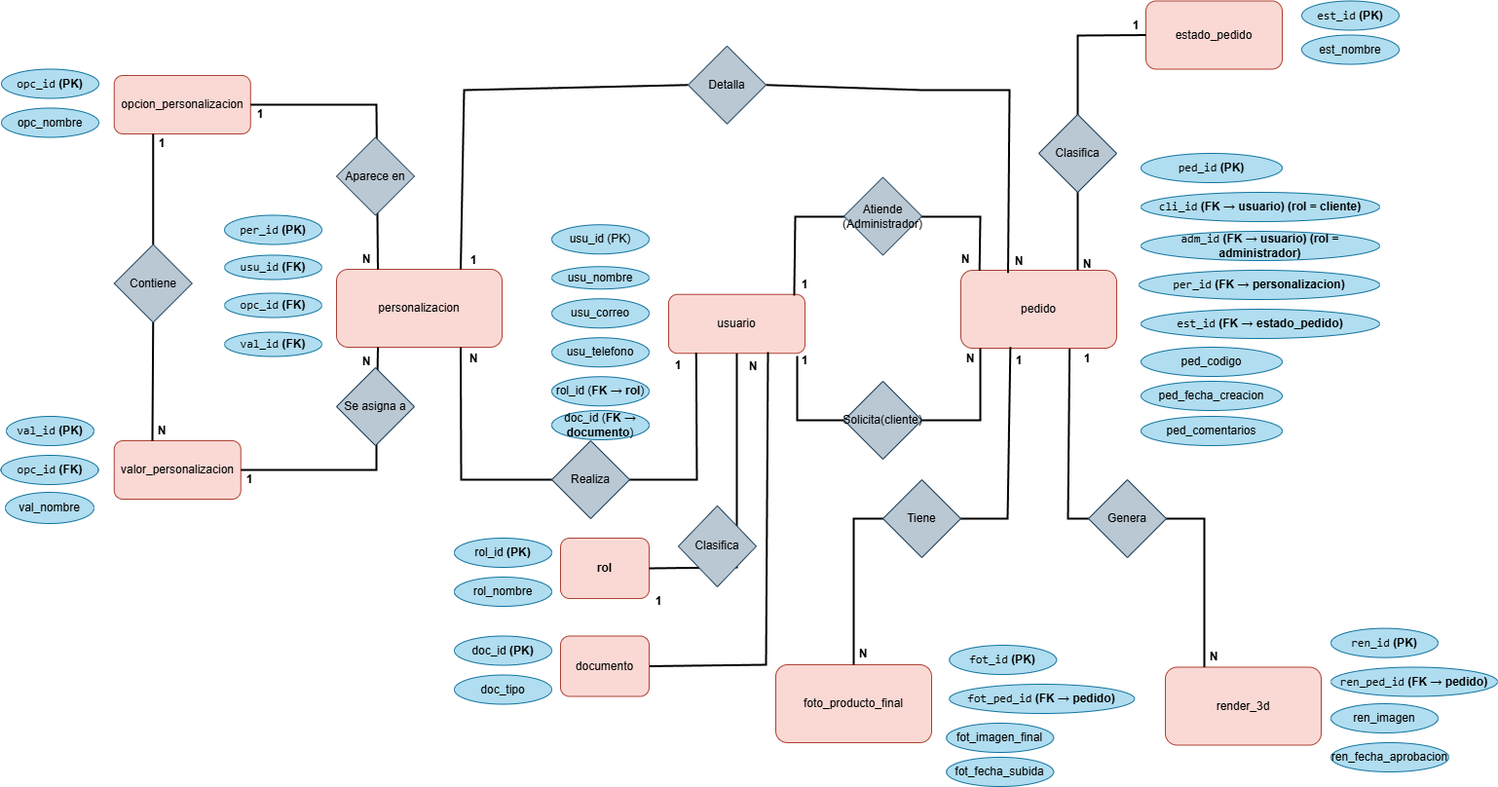
Above: Trimestre 3/8. Diagrama Entidad Relacion.drawio.png in Natalia0404/ProyectoBrisasGems (draw.io), before the change. Source tidied: cells renumbered, new cells last; positions are measured from the earlier drawing's top-left corner, leaving out a move shared by most shapes.
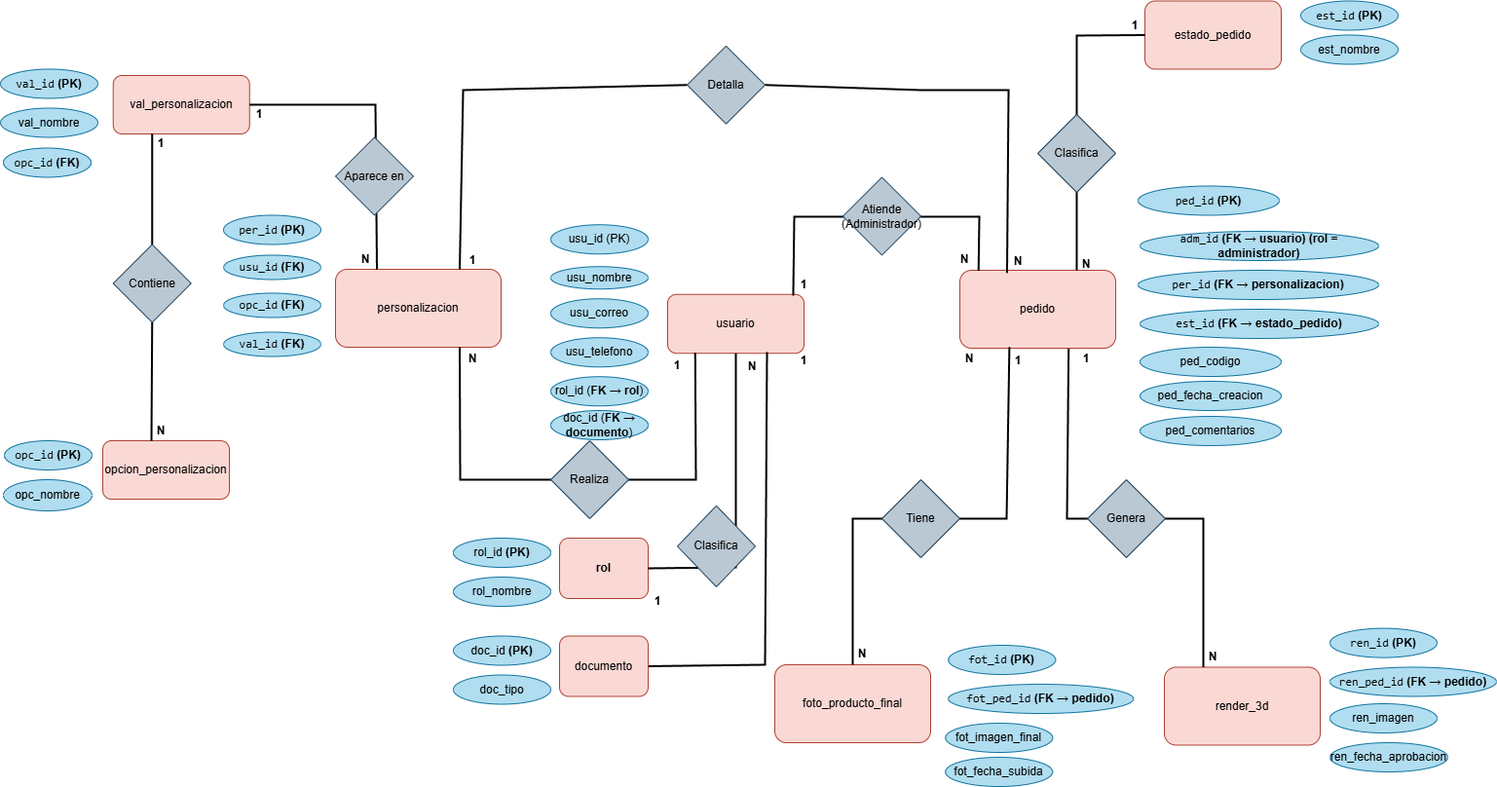
After the commit.

The edit, as a diff of the source:
```diff
@@ -60,11 +60,8 @@
       <mxGeometry x="1366" y="762" width="121" height="30" as="geometry" />
     </mxCell>
     <mxCell id="20" value="&lt;code&gt;ped_id&lt;/code&gt; &lt;strong&gt;(PK)&lt;/strong&gt;" style="ellipse;whiteSpace=wrap;html=1;fillColor=#b1ddf0;strokeColor=#10739e;" parent="1" vertex="1">
-      <mxGeometry x="1171" y="157" width="145" height="30" as="geometry" />
+      <mxGeometry x="1169" y="190.5" width="145" height="30" as="geometry" />
     </mxCell>
-    <mxCell id="21" value="&lt;code&gt;cli_id&lt;/code&gt;&amp;nbsp;&lt;b&gt;(FK → usuario) (rol = cliente)&lt;/b&gt;" style="ellipse;whiteSpace=wrap;html=1;fillColor=#b1ddf0;strokeColor=#10739e;" parent="1" vertex="1">
-      <mxGeometry x="1171" y="197" width="245" height="30" as="geometry" />
-    </mxCell>
     <mxCell id="22" value="&lt;code&gt;ren_ped_id&lt;/code&gt; &lt;strong&gt;(FK → pedido)&lt;/strong&gt;" style="ellipse;whiteSpace=wrap;html=1;fillColor=#b1ddf0;strokeColor=#10739e;" parent="1" vertex="1">
       <mxGeometry x="1366" y="684.5" width="171" height="30" as="geometry" />
     </mxCell>
@@ -89,35 +86,24 @@
     <mxCell id="29" value="fot_fecha_subida" style="ellipse;whiteSpace=wrap;html=1;fillColor=#b1ddf0;strokeColor=#10739e;" parent="1" vertex="1">
       <mxGeometry x="971.2" y="777" width="110" height="30" as="geometry" />
     </mxCell>
-    <mxCell id="30" value="&lt;div&gt;opcion_personalizacion&lt;/div&gt;" style="rounded=1;whiteSpace=wrap;html=1;fillColor=#fad9d5;strokeColor=#ae4132;" parent="1" vertex="1">
+    <mxCell id="30" value="&lt;div&gt;val_personalizacion&lt;/div&gt;" style="rounded=1;whiteSpace=wrap;html=1;fillColor=#fad9d5;strokeColor=#ae4132;" parent="1" vertex="1">
       <mxGeometry x="116.8" y="77" width="140" height="60" as="geometry" />
     </mxCell>
-    <mxCell id="31" value="&lt;code&gt;opc_id&lt;/code&gt; &lt;strong&gt;(PK)&lt;/strong&gt;" style="ellipse;whiteSpace=wrap;html=1;fillColor=#b1ddf0;strokeColor=#10739e;" parent="1" vertex="1">
+    <mxCell id="31" value="&lt;code&gt;val_id&lt;/code&gt; &lt;strong&gt;(PK)&lt;/strong&gt;" style="ellipse;whiteSpace=wrap;html=1;fillColor=#b1ddf0;strokeColor=#10739e;" parent="1" vertex="1">
       <mxGeometry x="1" y="70.5" width="100" height="30" as="geometry" />
     </mxCell>
-    <mxCell id="32" value="opc_nombre" style="ellipse;whiteSpace=wrap;html=1;fillColor=#b1ddf0;strokeColor=#10739e;" parent="1" vertex="1">
+    <mxCell id="32" value="val&lt;span style=&quot;background-color: transparent; color: light-dark(rgb(0, 0, 0), rgb(255, 255, 255));&quot;&gt;_nombre&lt;/span&gt;" style="ellipse;whiteSpace=wrap;html=1;fillColor=#b1ddf0;strokeColor=#10739e;" parent="1" vertex="1">
       <mxGeometry x="1" y="110.5" width="100" height="30" as="geometry" />
     </mxCell>
-    <mxCell id="33" value="&lt;div&gt;valor_personalizacion&lt;/div&gt;" style="rounded=1;whiteSpace=wrap;html=1;fillColor=#fad9d5;strokeColor=#ae4132;" parent="1" vertex="1">
-      <mxGeometry x="116.8" y="452" width="130" height="60" as="geometry" />
+    <mxCell id="33" value="opcion_personalizacion" style="rounded=1;whiteSpace=wrap;html=1;fillColor=#fad9d5;strokeColor=#ae4132;" parent="1" vertex="1">
+      <mxGeometry x="106" y="452" width="130" height="60" as="geometry" />
     </mxCell>
-    <mxCell id="34" value="&lt;code&gt;val_id&lt;/code&gt; &lt;strong&gt;(PK)&lt;/strong&gt;" style="ellipse;whiteSpace=wrap;html=1;fillColor=#b1ddf0;strokeColor=#10739e;" parent="1" vertex="1">
-      <mxGeometry x="6" y="427" width="90" height="30" as="geometry" />
+    <mxCell id="34" value="&lt;code&gt;opc_id&lt;/code&gt; &lt;strong&gt;(PK)&lt;/strong&gt;" style="ellipse;whiteSpace=wrap;html=1;fillColor=#b1ddf0;strokeColor=#10739e;" parent="1" vertex="1">
+      <mxGeometry x="5" y="452" width="90" height="30" as="geometry" />
     </mxCell>
-    <mxCell id="35" value="&lt;code&gt;opc_id&lt;/code&gt; &lt;strong&gt;(FK)&lt;/strong&gt;" style="ellipse;whiteSpace=wrap;html=1;fillColor=#b1ddf0;strokeColor=#10739e;" parent="1" vertex="1">
-      <mxGeometry x="0.5" y="467" width="100" height="30" as="geometry" />
-    </mxCell>
-    <mxCell id="36" value="val_nombre" style="ellipse;whiteSpace=wrap;html=1;fillColor=#b1ddf0;strokeColor=#10739e;" parent="1" vertex="1">
-      <mxGeometry x="5" y="505" width="91" height="32" as="geometry" />
+    <mxCell id="36" value="opc_nombre" style="ellipse;whiteSpace=wrap;html=1;fillColor=#b1ddf0;strokeColor=#10739e;" parent="1" vertex="1">
+      <mxGeometry x="4" y="492" width="91" height="32" as="geometry" />
     </mxCell>
-    <mxCell id="37" style="endArrow=none;html=1;rounded=0;strokeWidth=2;exitX=0.25;exitY=1;exitDx=0;exitDy=0;entryX=1;entryY=0.5;entryDx=0;entryDy=0;startFill=0;" parent="1" edge="1" source="4" target="33">
-      <mxGeometry relative="1" as="geometry">
-        <Array as="points">
-          <mxPoint x="386" y="452" />
-          <mxPoint x="386" y="482" />
-        </Array>
-      </mxGeometry>
-    </mxCell>
     <mxCell id="38" style="endArrow=none;html=1;rounded=0;strokeWidth=2;entryX=1;entryY=0.5;entryDx=0;entryDy=0;exitX=0.25;exitY=0;exitDx=0;exitDy=0;startFill=0;" parent="1" edge="1" source="4" target="30">
       <mxGeometry relative="1" as="geometry">
         <Array as="points">
@@ -157,9 +143,6 @@
     <mxCell id="47" value="Aparece en" style="rhombus;whiteSpace=wrap;html=1;fillColor=#bac8d3;strokeColor=#23445d;" parent="1" vertex="1">
       <mxGeometry x="345" y="140.5" width="80" height="80" as="geometry" />
     </mxCell>
-    <mxCell id="48" value="Se asigna a" style="rhombus;whiteSpace=wrap;html=1;fillColor=#bac8d3;strokeColor=#23445d;" parent="1" vertex="1">
-      <mxGeometry x="345" y="377" width="80" height="80" as="geometry" />
-    </mxCell>
     <mxCell id="49" style="endArrow=none;html=1;rounded=0;strokeWidth=2;entryX=0.75;entryY=1;entryDx=0;entryDy=0;exitX=0.202;exitY=0.99;exitDx=0;exitDy=0;exitPerimeter=0;" parent="1" edge="1" source="7" target="4">
       <mxGeometry relative="1" as="geometry">
         <Array as="points">
@@ -197,14 +180,6 @@
     <mxCell id="56" value="rol_nombre" style="ellipse;whiteSpace=wrap;html=1;fillColor=#b1ddf0;strokeColor=#10739e;" parent="1" vertex="1">
       <mxGeometry x="466" y="592" width="100" height="30" as="geometry" />
     </mxCell>
-    <mxCell id="57" style="endArrow=none;html=1;rounded=0;strokeWidth=2;exitX=0.75;exitY=0;exitDx=0;exitDy=0;entryX=0.943;entryY=1.045;entryDx=0;entryDy=0;entryPerimeter=0;" parent="1" edge="1" source="69" target="7">
-      <mxGeometry relative="1" as="geometry">
-        <Array as="points">
-          <mxPoint x="1006" y="431" />
-          <mxPoint x="818" y="431" />
-        </Array>
-      </mxGeometry>
-    </mxCell>
     <mxCell id="58" style="endArrow=none;html=1;rounded=0;strokeWidth=2;entryX=0.921;entryY=0.021;entryDx=0;entryDy=0;entryPerimeter=0;exitX=0.12;exitY=0.006;exitDx=0;exitDy=0;exitPerimeter=0;" parent="1" edge="1" source="3" target="7">
       <mxGeometry relative="1" as="geometry">
         <Array as="points">
@@ -216,9 +191,6 @@
     <mxCell id="59" value="Atiende (Administrador)" style="rhombus;whiteSpace=wrap;html=1;fillColor=#bac8d3;strokeColor=#23445d;" parent="1" vertex="1">
       <mxGeometry x="866" y="181.5" width="80" height="80" as="geometry" />
     </mxCell>
-    <mxCell id="60" value="Solicita(cliente)" style="rhombus;whiteSpace=wrap;html=1;fillColor=#bac8d3;strokeColor=#23445d;" parent="1" vertex="1">
-      <mxGeometry x="866" y="391" width="80" height="80" as="geometry" />
-    </mxCell>
     <mxCell id="61" style="endArrow=none;html=1;rounded=0;strokeWidth=2;exitX=0.5;exitY=1;exitDx=0;exitDy=0;entryX=1;entryY=0.5;entryDx=0;entryDy=0;" parent="1" edge="1" source="7" target="54">
       <mxGeometry relative="1" as="geometry">
         <Array as="points">
@@ -262,18 +234,12 @@
     <mxCell id="73" value="&lt;b&gt;1&lt;/b&gt;" style="text;html=1;align=center;verticalAlign=middle;whiteSpace=wrap;rounded=0;" parent="1" vertex="1">
       <mxGeometry x="146" y="137.1" width="40" height="19.8" as="geometry" />
     </mxCell>
-    <mxCell id="74" value="&lt;b&gt;1&lt;/b&gt;" style="text;html=1;align=center;verticalAlign=middle;whiteSpace=wrap;rounded=0;" parent="1" vertex="1">
-      <mxGeometry x="236" y="482.1" width="40" height="19.8" as="geometry" />
-    </mxCell>
     <mxCell id="75" value="&lt;b&gt;N&lt;/b&gt;" style="text;html=1;align=center;verticalAlign=middle;whiteSpace=wrap;rounded=0;" parent="1" vertex="1">
       <mxGeometry x="146" y="431.2" width="40" height="21.5" as="geometry" />
     </mxCell>
     <mxCell id="76" value="&lt;b&gt;N&lt;/b&gt;" style="text;html=1;align=center;verticalAlign=middle;whiteSpace=wrap;rounded=0;" parent="1" vertex="1">
       <mxGeometry x="356" y="255.5" width="40" height="21.5" as="geometry" />
     </mxCell>
-    <mxCell id="77" value="&lt;b&gt;N&lt;/b&gt;" style="text;html=1;align=center;verticalAlign=middle;whiteSpace=wrap;rounded=0;" parent="1" vertex="1">
-      <mxGeometry x="356" y="360.2" width="40" height="21.5" as="geometry" />
-    </mxCell>
     <mxCell id="78" value="&lt;b&gt;1&lt;/b&gt;" style="text;html=1;align=center;verticalAlign=middle;whiteSpace=wrap;rounded=0;" parent="1" vertex="1">
       <mxGeometry x="1146" y="15.8" width="40" height="19.8" as="geometry" />
     </mxCell>
@@ -354,5 +320,8 @@
     <mxCell id="97" value="doc_id (&lt;b&gt;FK → documento&lt;/b&gt;)" style="ellipse;whiteSpace=wrap;html=1;fillColor=#b1ddf0;strokeColor=#10739e;" parent="1" vertex="1">
       <mxGeometry x="566" y="421" width="100" height="30" as="geometry" />
     </mxCell>
+    <mxCell id="35" value="&lt;code&gt;opc_id&lt;/code&gt; &lt;strong&gt;(FK)&lt;/strong&gt;" style="ellipse;whiteSpace=wrap;html=1;fillColor=#b1ddf0;strokeColor=#10739e;" parent="1" vertex="1">
+      <mxGeometry x="4" y="151.5" width="90" height="30" as="geometry" />
+    </mxCell>
   </root>
 </mxGraphModel>
```
